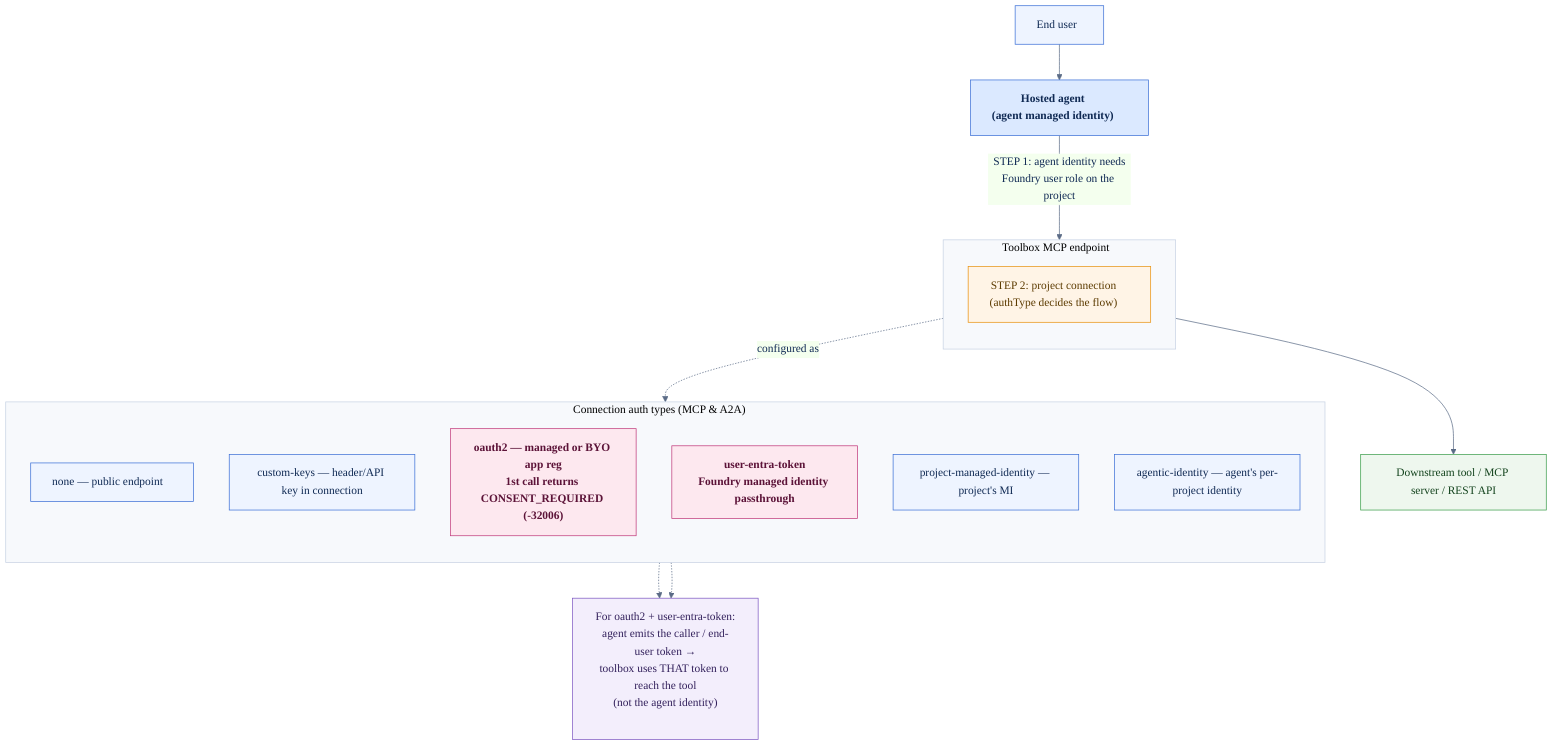
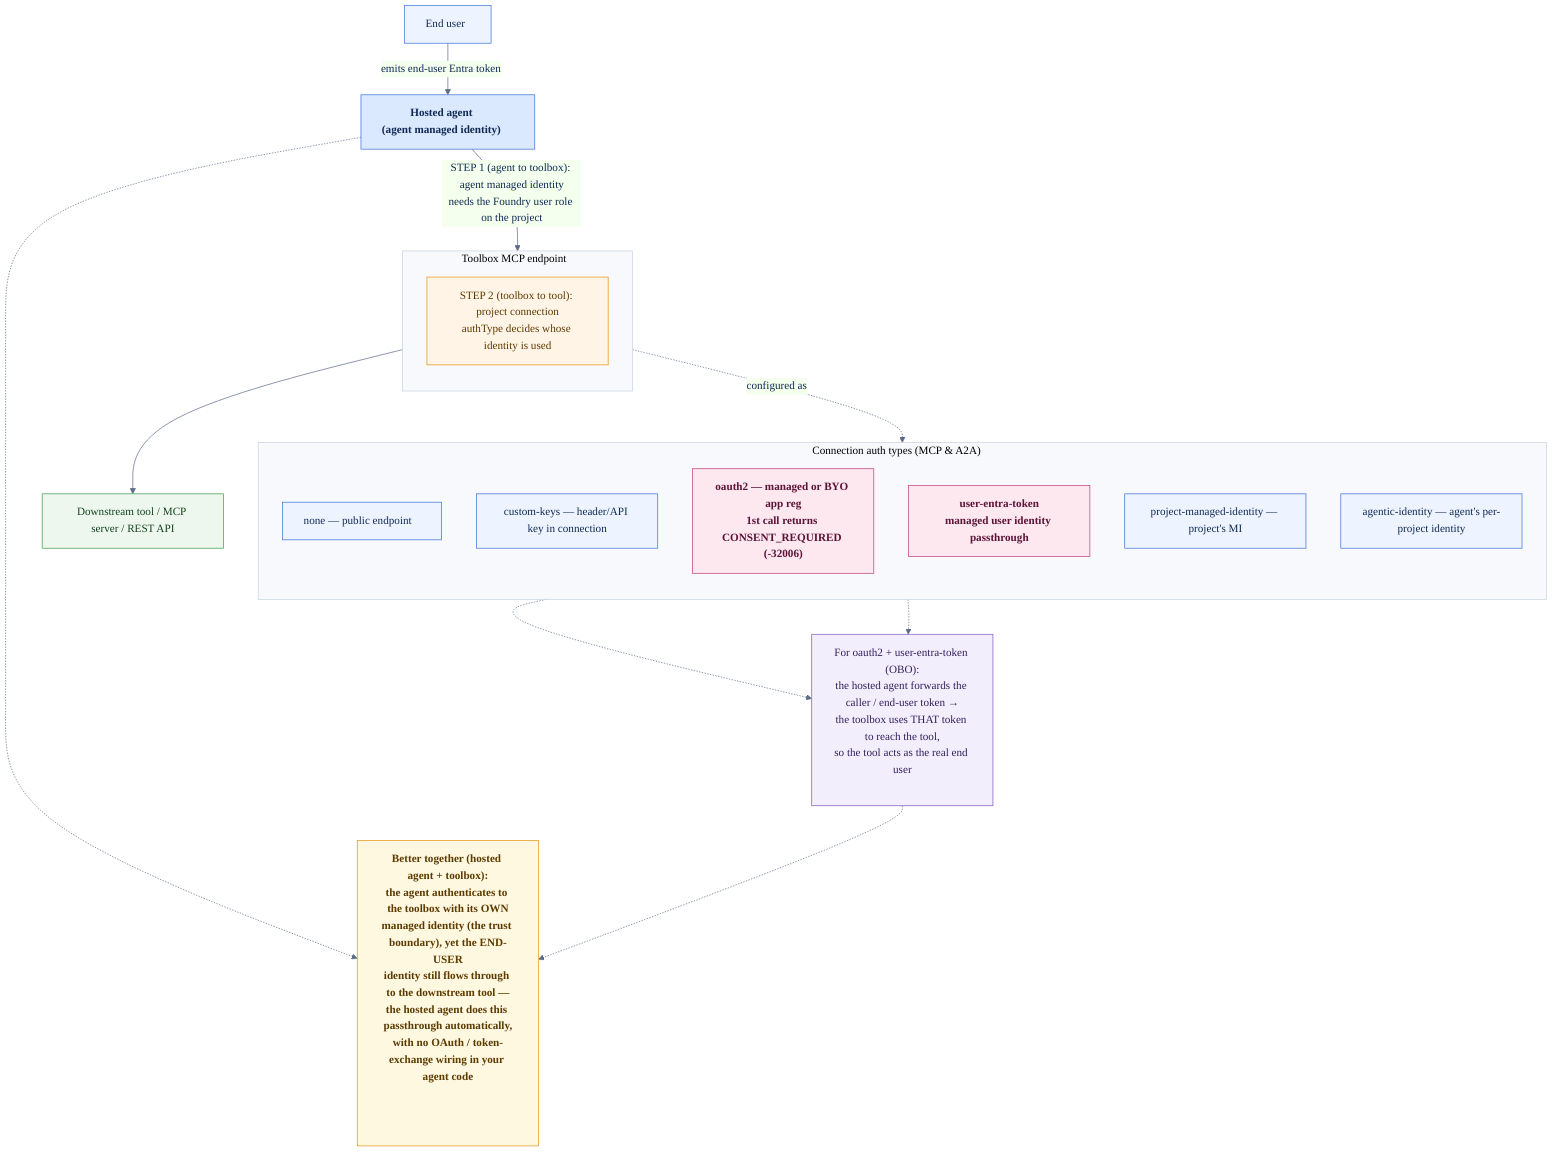
%%{init: {"theme":"base","themeVariables":{"fontFamily":"Segoe UI, Helvetica, Arial, sans-serif","primaryColor":"#eef4ff","primaryBorderColor":"#3b6fd6","primaryTextColor":"#102a54","lineColor":"#5b6b86","clusterBkg":"#f7f9fc","clusterBorder":"#c7d2e3"}}}%%
flowchart TB
-     USER["End user"] --> AGENT
-     AGENT["Hosted agent<br/>(agent managed identity)"]:::agent -->|"STEP 1: agent identity needs<br/>Foundry user role on the project"| TBX
+     USER["End user"] -->|"emits end-user Entra token"| AGENT
+     AGENT["Hosted agent<br/>(agent managed identity)"]:::agent -->|"STEP 1 (agent to toolbox): agent managed identity<br/>needs the Foundry user role on the project"| TBX

    subgraph TBX["Toolbox MCP endpoint"]
        direction TB
-         CONN["STEP 2: project connection<br/>(authType decides the flow)"]:::conn
+         CONN["STEP 2 (toolbox to tool): project connection<br/>authType decides whose identity is used"]:::conn
    end

    TBX --> TOOL["Downstream tool / MCP server / REST API"]:::tool

    subgraph AUTHTYPES["Connection auth types (MCP & A2A)"]
        direction TB
        A1["none — public endpoint"]
        A2["custom-keys — header/API key in connection"]
        A3["oauth2 — managed or BYO app reg<br/>1st call returns CONSENT_REQUIRED (-32006)"]:::hot
-         A4["user-entra-token<br/>Foundry managed identity passthrough"]:::hot
+         A4["user-entra-token<br/>managed user identity passthrough"]:::hot
        A5["project-managed-identity — project's MI"]
        A6["agentic-identity — agent's per-project identity"]
    end

    CONN -. configured as .-> AUTHTYPES

-     TOKEN["For oauth2 + user-entra-token:<br/>agent emits the caller / end-user token →<br/>toolbox uses THAT token to reach the tool<br/>(not the agent identity)"]:::note
+     TOKEN["For oauth2 + user-entra-token (OBO):<br/>the hosted agent forwards the caller / end-user token &rarr;<br/>the toolbox uses THAT token to reach the tool,<br/>so the tool acts as the real end user"]:::note
    A3 -.-> TOKEN
    A4 -.-> TOKEN
+ 
+     BT["Better together (hosted agent + toolbox):<br/>the agent authenticates to the toolbox with its OWN<br/>managed identity (the trust boundary), yet the END-USER<br/>identity still flows through to the downstream tool &mdash;<br/>the hosted agent does this passthrough automatically,<br/>with no OAuth / token-exchange wiring in your agent code"]:::bt
+     AGENT -.-> BT
+     TOKEN -.-> BT

    classDef agent fill:#dbe9ff,stroke:#3b6fd6,color:#102a54,font-weight:bold;
    classDef conn fill:#fff4e6,stroke:#e8910c,color:#5c3b00;
    classDef tool fill:#eef7ee,stroke:#3a9d4a,color:#13431d;
    classDef hot fill:#fde8ef,stroke:#c0397a,color:#5c1338,font-weight:bold;
    classDef note fill:#f3eefc,stroke:#7d57c2,color:#33215c;
+     classDef bt fill:#fff8e1,stroke:#e8910c,color:#5c3b00,font-weight:bold;
